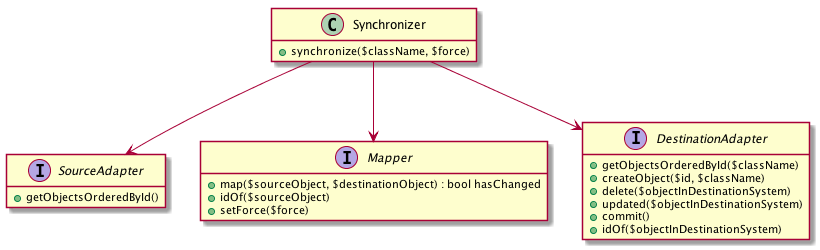
This is doc/class-diagram.png from webfactory/content-mapping, a PlantUML export, as it was before one commit.
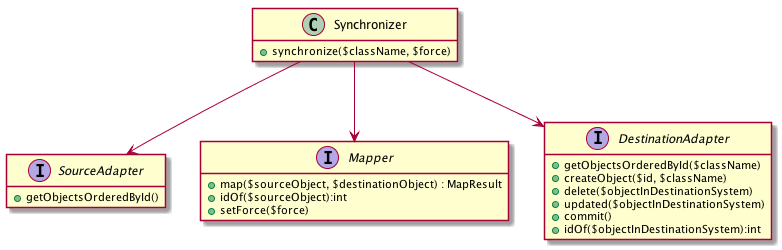
The same diagram one commit later.

The edit, as a diff of the source:
```diff
@@ -12,8 +12,8 @@
 }
 
 interface Mapper {
-    +map($sourceObject, $destinationObject) : bool hasChanged
-    +idOf($sourceObject)
+    +map($sourceObject, $destinationObject) : MapResult
+    +idOf($sourceObject):int
     +setForce($force)
 }
 
@@ -23,7 +23,7 @@
     +delete($objectInDestinationSystem)
     +updated($objectInDestinationSystem)
     +commit()
-    +idOf($objectInDestinationSystem)
+    +idOf($objectInDestinationSystem):int
 }
 
 Synchronizer --> SourceAdapter
```
